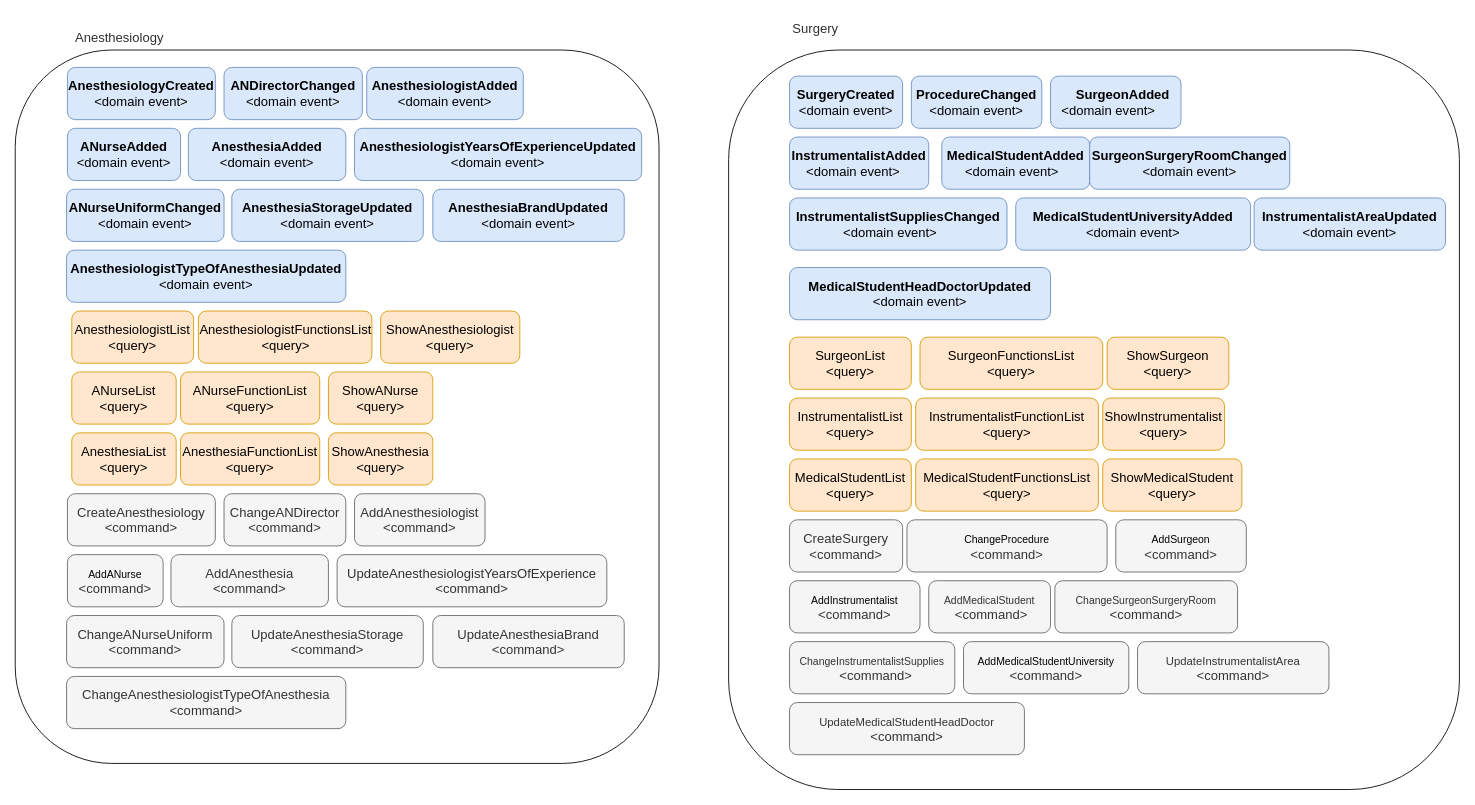
Before: page "Analysis" (4 of 4) of model.drawio in shermaes/hospital-ddd, a draw.io diagram. Source tidied: cells renumbered, new cells numbered last; positions are measured from the earlier drawing's top-left corner, leaving out a move shared by most shapes. Both pictures are drawn from the tidied source at 87%, with x=0, y=0 at pixel (15, 15).
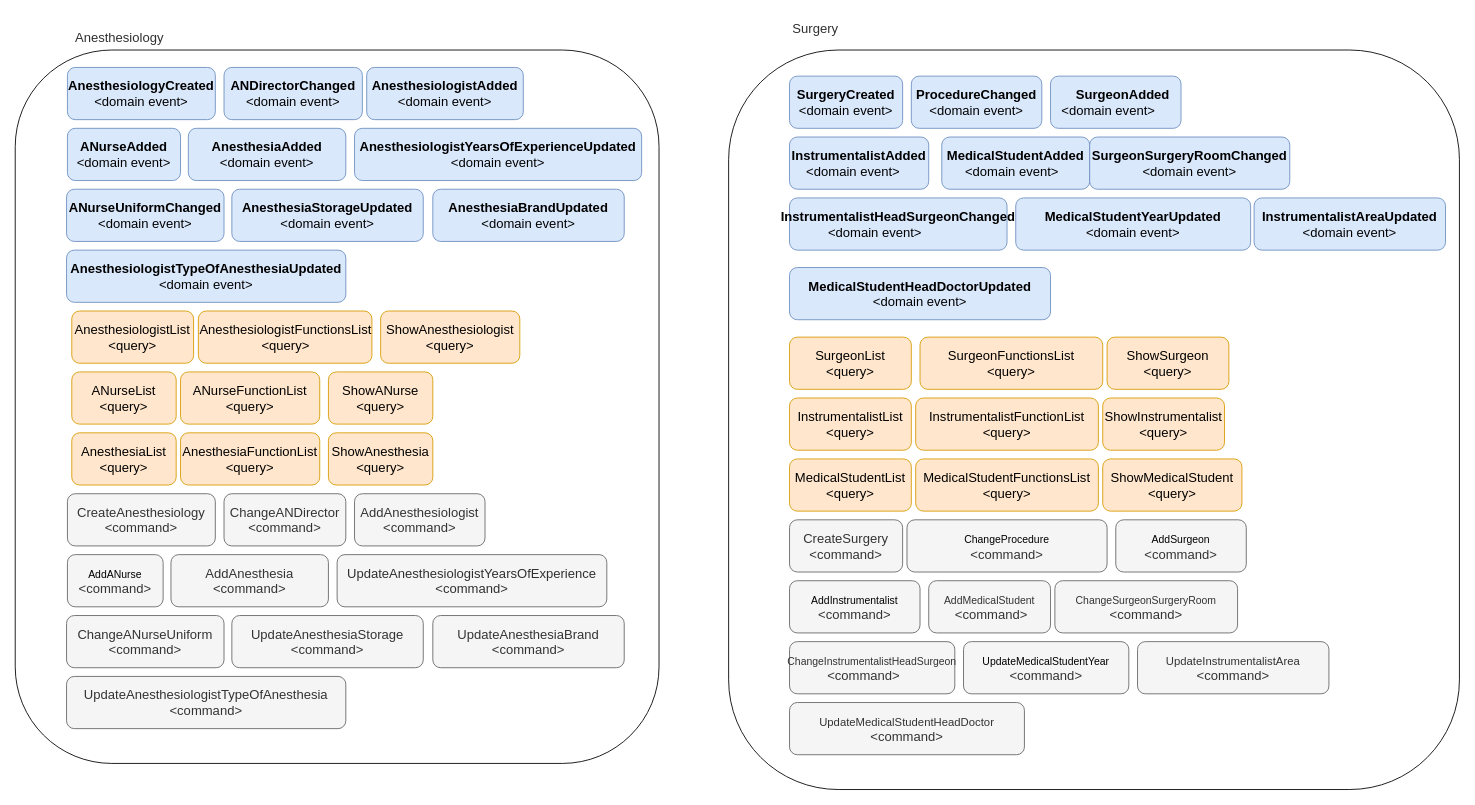
The same diagram, later.

Diff of the diagram source:
```diff
@@
-    <mxCell id="20" value="&lt;div style=&quot;text-align: left;&quot;&gt;&lt;span style=&quot;background-color: initial;&quot;&gt;&lt;b style=&quot;&quot;&gt;&lt;font style=&quot;font-size: 15px;&quot;&gt;InstrumentalistSuppliesChanged&lt;/font&gt;&lt;/b&gt;&lt;/span&gt;&lt;/div&gt;&lt;div style=&quot;text-align: left;&quot;&gt;&lt;span style=&quot;background-color: initial;&quot;&gt;&amp;nbsp; &amp;nbsp; &amp;nbsp; &amp;nbsp; &amp;nbsp; &amp;nbsp; &amp;nbsp;&amp;lt;domain event&amp;gt;&lt;/span&gt;&lt;/div&gt;" style="rounded=1;whiteSpace=wrap;html=1;fontSize=15;fillColor=#dae8fc;strokeColor=#6c8ebf;" parent="1" vertex="1">
+    <mxCell id="20" value="&lt;div style=&quot;text-align: left;&quot;&gt;&lt;span style=&quot;background-color: initial;&quot;&gt;&lt;b style=&quot;&quot;&gt;&lt;font style=&quot;font-size: 15px;&quot;&gt;InstrumentalistHeadSurgeonChanged&lt;/font&gt;&lt;/b&gt;&lt;/span&gt;&lt;/div&gt;&lt;div style=&quot;text-align: left;&quot;&gt;&lt;span style=&quot;background-color: initial;&quot;&gt;&amp;nbsp; &amp;nbsp; &amp;nbsp; &amp;nbsp; &amp;nbsp; &amp;nbsp; &amp;nbsp;&amp;lt;domain event&amp;gt;&lt;/span&gt;&lt;/div&gt;" style="rounded=1;whiteSpace=wrap;html=1;fontSize=15;fillColor=#dae8fc;strokeColor=#6c8ebf;" parent="1" vertex="1">
       <mxGeometry x="890" y="210" width="250" height="60" as="geometry" />
     </mxCell>
-    <mxCell id="21" value="&lt;span style=&quot;color: rgb(0, 0, 0); font-weight: 700; text-align: left;&quot;&gt;MedicalStudentUniversityAdded&lt;br&gt;&lt;/span&gt;&amp;lt;domain event&amp;gt;&lt;span style=&quot;color: rgb(0, 0, 0); font-size: 12px; font-weight: 700; text-align: left;&quot;&gt;&lt;br&gt;&lt;/span&gt;" style="rounded=1;whiteSpace=wrap;html=1;fontSize=15;fillColor=#dae8fc;strokeColor=#6c8ebf;" parent="1" vertex="1">
+    <mxCell id="21" value="&lt;span style=&quot;color: rgb(0, 0, 0); font-weight: 700; text-align: left;&quot;&gt;MedicalStudentYearUpdated&lt;br&gt;&lt;/span&gt;&amp;lt;domain event&amp;gt;&lt;span style=&quot;color: rgb(0, 0, 0); font-size: 12px; font-weight: 700; text-align: left;&quot;&gt;&lt;br&gt;&lt;/span&gt;" style="rounded=1;whiteSpace=wrap;html=1;fontSize=15;fillColor=#dae8fc;strokeColor=#6c8ebf;" parent="1" vertex="1">
       <mxGeometry x="1150" y="210" width="270" height="60" as="geometry" />
     </mxCell>
@@
-    <mxCell id="48" value="&lt;div style=&quot;text-align: left;&quot;&gt;&lt;span style=&quot;background-color: initial;&quot;&gt;&lt;span style=&quot;font-size: 12px;&quot;&gt;ChangeInstrumentalistSupplies&lt;/span&gt;&lt;/span&gt;&lt;/div&gt;&lt;div style=&quot;text-align: left;&quot;&gt;&lt;span style=&quot;background-color: initial;&quot;&gt;&amp;nbsp; &amp;nbsp; &amp;nbsp; &amp;nbsp; &amp;nbsp; &amp;nbsp;&amp;lt;command&amp;gt;&lt;/span&gt;&lt;/div&gt;" style="rounded=1;whiteSpace=wrap;html=1;fontSize=15;fillColor=#f5f5f5;strokeColor=#666666;fontColor=#333333;" parent="1" vertex="1">
+    <mxCell id="48" value="&lt;div style=&quot;text-align: left;&quot;&gt;&lt;span style=&quot;background-color: initial;&quot;&gt;&lt;span style=&quot;font-size: 12px;&quot;&gt;ChangeInstrumentalistHeadSurgeon&lt;/span&gt;&lt;/span&gt;&lt;/div&gt;&lt;div style=&quot;text-align: left;&quot;&gt;&lt;span style=&quot;background-color: initial;&quot;&gt;&amp;nbsp; &amp;nbsp; &amp;nbsp; &amp;nbsp; &amp;nbsp; &amp;nbsp;&amp;lt;command&amp;gt;&lt;/span&gt;&lt;/div&gt;" style="rounded=1;whiteSpace=wrap;html=1;fontSize=15;fillColor=#f5f5f5;strokeColor=#666666;fontColor=#333333;" parent="1" vertex="1">
       <mxGeometry x="890" y="720" width="190" height="60" as="geometry" />
     </mxCell>
-    <mxCell id="49" value="&lt;span style=&quot;color: rgb(0, 0, 0); font-size: 12px; text-align: left;&quot;&gt;AddMedicalStudentUniversity&lt;br&gt;&lt;/span&gt;&lt;span style=&quot;color: rgb(51, 51, 51);&quot;&gt;&amp;lt;command&amp;gt;&lt;/span&gt;&lt;span style=&quot;color: rgb(0, 0, 0); font-size: 12px; font-weight: 700; text-align: left;&quot;&gt;&lt;br&gt;&lt;/span&gt;" style="rounded=1;whiteSpace=wrap;html=1;fontSize=15;fillColor=#f5f5f5;strokeColor=#666666;fontColor=#333333;" parent="1" vertex="1">
+    <mxCell id="49" value="&lt;span style=&quot;color: rgb(0, 0, 0); font-size: 12px; text-align: left;&quot;&gt;UpdateMedicalStudentYear&lt;br&gt;&lt;/span&gt;&lt;span style=&quot;color: rgb(51, 51, 51);&quot;&gt;&amp;lt;command&amp;gt;&lt;/span&gt;&lt;span style=&quot;color: rgb(0, 0, 0); font-size: 12px; font-weight: 700; text-align: left;&quot;&gt;&lt;br&gt;&lt;/span&gt;" style="rounded=1;whiteSpace=wrap;html=1;fontSize=15;fillColor=#f5f5f5;strokeColor=#666666;fontColor=#333333;" parent="1" vertex="1">
       <mxGeometry x="1090" y="720" width="190" height="60" as="geometry" />
     </mxCell>
@@
-    <mxCell id="63" value="&lt;span style=&quot;text-align: left;&quot;&gt;Change&lt;/span&gt;&lt;span style=&quot;text-align: left;&quot;&gt;AnesthesiologistTypeOfAnesthesia&lt;br&gt;&lt;/span&gt;&amp;lt;command&amp;gt;" style="rounded=1;whiteSpace=wrap;html=1;fontSize=15;fillColor=#f5f5f5;strokeColor=#666666;fontColor=#333333;" parent="1" vertex="1">
+    <mxCell id="63" value="&lt;span style=&quot;text-align: left;&quot;&gt;Update&lt;/span&gt;&lt;span style=&quot;text-align: left;&quot;&gt;AnesthesiologistTypeOfAnesthesia&lt;br&gt;&lt;/span&gt;&amp;lt;command&amp;gt;" style="rounded=1;whiteSpace=wrap;html=1;fontSize=15;fillColor=#f5f5f5;strokeColor=#666666;fontColor=#333333;" parent="1" vertex="1">
       <mxGeometry x="59" y="760" width="321" height="60" as="geometry" />
     </mxCell>
```
